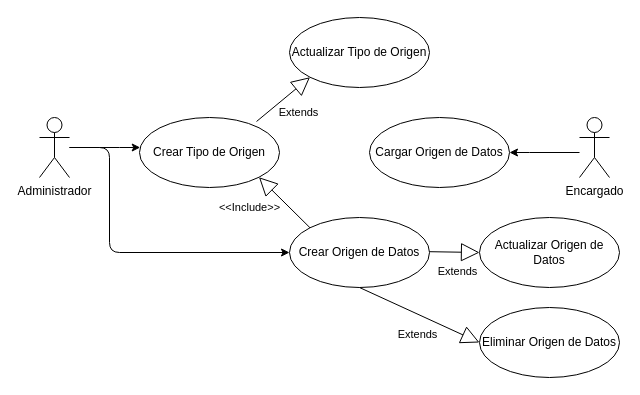
This is page "Page-3" (3 of 7) of usecase.drawio from duvanbarros/hello-world, a draw.io file, before an edit. Source tidied: cells renumbered, new cells numbered last; positions are measured from the earlier drawing's top-left corner, leaving out a move shared by most shapes. Both pictures are drawn from the tidied source at 100%, with x=0, y=0 at pixel (39, 17).
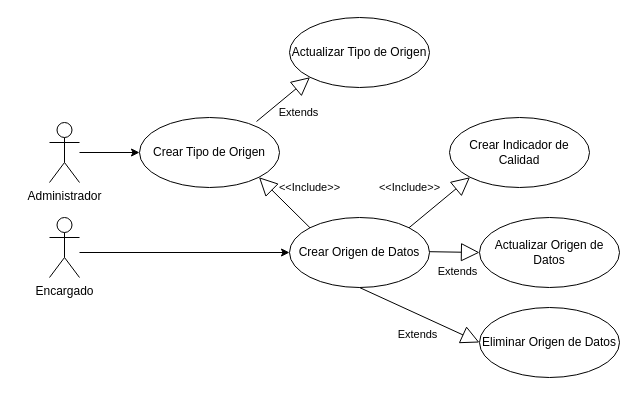
After the change.

The change refers to these unchanged cells:
```xml
<mxCell id="5" value="Crear Tipo de Origen" style="ellipse;whiteSpace=wrap;html=1;" parent="1" vertex="1">
  <mxGeometry x="100" y="100" width="140" height="70" as="geometry" />
</mxCell>
<mxCell id="7" value="Crear Origen de Datos" style="ellipse;whiteSpace=wrap;html=1;" parent="1" vertex="1">
  <mxGeometry x="250" y="200" width="140" height="70" as="geometry" />
</mxCell>
```

What changed in the source:
```diff
@@
-    <mxCell id="2" style="edgeStyle=orthogonalEdgeStyle;rounded=1;jettySize=auto;html=1;strokeColor=default;" parent="1" edge="1" source="4" target="5">
-      <mxGeometry relative="1" as="geometry">
-        <Array as="points">
-          <mxPoint x="70" y="130" />
-          <mxPoint x="70" y="130" />
-        </Array>
-      </mxGeometry>
+    <mxCell id="2" style="edgeStyle=orthogonalEdgeStyle;rounded=1;jettySize=auto;html=1;strokeColor=default;" parent="1" edge="1" source="19" target="5">
+      <mxGeometry relative="1" as="geometry" />
     </mxCell>
     <mxCell id="3" style="edgeStyle=orthogonalEdgeStyle;rounded=1;jettySize=auto;html=1;entryX=0;entryY=0.5;entryDx=0;entryDy=0;strokeColor=default;" parent="1" edge="1" source="4" target="7">
       <mxGeometry relative="1" as="geometry">
         <Array as="points">
-          <mxPoint x="70" y="130" />
-          <mxPoint x="70" y="235" />
+          <mxPoint x="15" y="235" />
         </Array>
       </mxGeometry>
     </mxCell>
-    <mxCell id="4" value="Administrador" style="shape=umlActor;verticalLabelPosition=bottom;verticalAlign=top;html=1;outlineConnect=0;" parent="1" vertex="1">
-      <mxGeometry y="100" width="30" height="60" as="geometry" />
+    <mxCell id="4" value="Encargado" style="shape=umlActor;verticalLabelPosition=bottom;verticalAlign=top;html=1;outlineConnect=0;" parent="1" vertex="1">
+      <mxGeometry x="10" y="200" width="30" height="60" as="geometry" />
     </mxCell>
@@
     <mxCell id="8" value="&amp;lt;&amp;lt;Include&amp;gt;&amp;gt;" style="endArrow=block;endSize=16;endFill=0;html=1;rounded=0;strokeColor=default;exitX=0;exitY=0;exitDx=0;exitDy=0;entryX=1;entryY=1;entryDx=0;entryDy=0;" parent="1" edge="1" source="7" target="5">
-      <mxGeometry x="0.59" y="28" relative="1" as="geometry" />
+      <mxGeometry x="-0.2" y="-28" relative="1" as="geometry" />
     </mxCell>
-    <mxCell id="9" style="edgeStyle=orthogonalEdgeStyle;rounded=0;jettySize=auto;html=1;strokeColor=default;" parent="1" edge="1" source="10" target="11">
-      <mxGeometry relative="1" as="geometry">
-        <Array as="points">
-          <mxPoint x="490" y="135" />
-          <mxPoint x="490" y="135" />
-        </Array>
-      </mxGeometry>
-    </mxCell>
-    <mxCell id="10" value="Encargado" style="shape=umlActor;verticalLabelPosition=bottom;verticalAlign=top;html=1;outlineConnect=0;" parent="1" vertex="1">
-      <mxGeometry x="540" y="100" width="30" height="60" as="geometry" />
-    </mxCell>
-    <mxCell id="11" value="Cargar Origen de Datos" style="ellipse;whiteSpace=wrap;html=1;" parent="1" vertex="1">
-      <mxGeometry x="330" y="100" width="140" height="70" as="geometry" />
-    </mxCell>
@@
+    <mxCell id="17" value="Crear Indicador de Calidad" style="ellipse;whiteSpace=wrap;html=1;" parent="1" vertex="1">
+      <mxGeometry x="410" y="100" width="140" height="70" as="geometry" />
+    </mxCell>
+    <mxCell id="18" value="&amp;lt;&amp;lt;Include&amp;gt;&amp;gt;" style="endArrow=block;endSize=16;endFill=0;html=1;rounded=0;strokeColor=default;exitX=1;exitY=0;exitDx=0;exitDy=0;entryX=0;entryY=1;entryDx=0;entryDy=0;" parent="1" edge="1" source="7" target="17">
+      <mxGeometry x="-0.35" y="31" relative="1" as="geometry" />
+    </mxCell>
+    <mxCell id="19" value="Administrador" style="shape=umlActor;verticalLabelPosition=bottom;verticalAlign=top;html=1;" parent="1" vertex="1">
+      <mxGeometry x="10" y="105" width="30" height="60" as="geometry" />
+    </mxCell>
```
